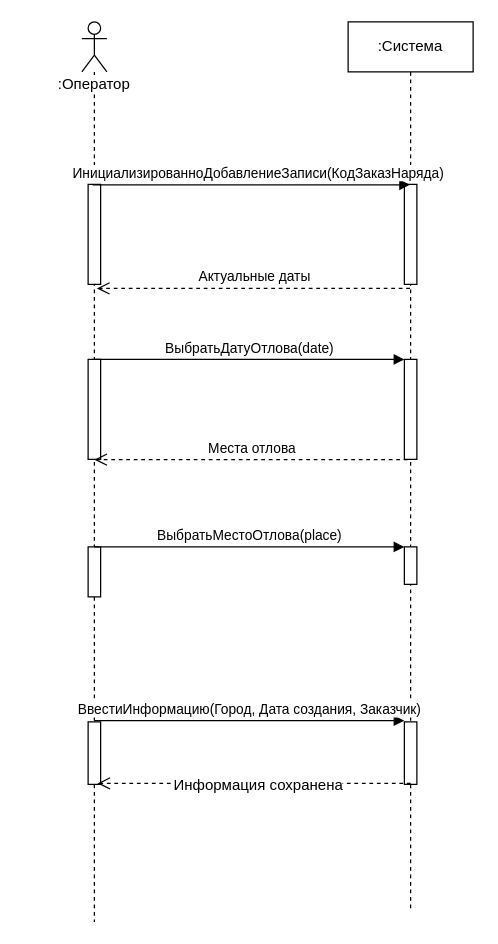
Before: Lab3/Бугаков/1Прецедент.drawio in denissfloww/Information-systems-design, a draw.io diagram. Source tidied: cells renumbered, new cells numbered last; positions are measured from the earlier drawing's top-left corner, leaving out a move shared by most shapes. Both pictures are drawn from the tidied source at 125%, with x=0, y=0 at pixel (81, 21).
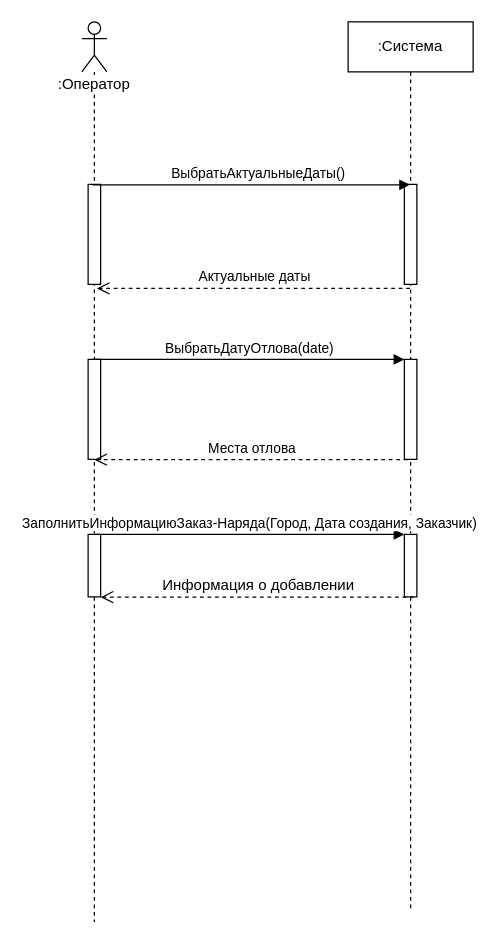
After the change.

The change refers to these unchanged cells:
```xml
<mxCell id="2" value=":Система" style="shape=umlLifeline;perimeter=lifelinePerimeter;whiteSpace=wrap;html=1;outlineConnect=0;" parent="1" vertex="1">
  <mxGeometry x="213" width="100" height="710" as="geometry" />
</mxCell>
<mxCell id="7" value=":Оператор" style="shape=umlLifeline;participant=umlActor;perimeter=lifelinePerimeter;whiteSpace=wrap;html=1;verticalAlign=top;spacingTop=36;labelBackgroundColor=#ffffff;outlineConnect=0;" parent="1" vertex="1">
  <mxGeometry width="20" height="720" as="geometry" />
</mxCell>
<mxCell id="8" style="html=1;points=[];perimeter=orthogonalPerimeter;" parent="7" vertex="1">
  <mxGeometry x="5" y="130" width="10" height="80" as="geometry" />
</mxCell>
```

What changed in the source:
```diff
@@
-    <mxCell id="5" style="html=1;points=[];perimeter=orthogonalPerimeter;" parent="2" vertex="1">
-      <mxGeometry x="45" y="420" width="10" height="30" as="geometry" />
-    </mxCell>
     <mxCell id="6" style="html=1;perimeter=orthogonalPerimeter;" parent="2" vertex="1">
-      <mxGeometry x="45" y="560" width="10" height="50" as="geometry" />
+      <mxGeometry x="45" y="410" width="10" height="50" as="geometry" />
     </mxCell>
@@
-    <mxCell id="10" style="html=1;points=[];perimeter=orthogonalPerimeter;" parent="7" vertex="1">
-      <mxGeometry x="5" y="420" width="10" height="40" as="geometry" />
-    </mxCell>
     <mxCell id="11" style="html=1;perimeter=orthogonalPerimeter;" parent="7" vertex="1">
-      <mxGeometry x="5" y="560" width="10" height="50" as="geometry" />
+      <mxGeometry x="5" y="410" width="10" height="50" as="geometry" />
     </mxCell>
-    <mxCell id="12" value="ИнициализированноДобавлениеЗаписи(КодЗаказНаряда)" style="html=1;verticalAlign=bottom;endArrow=block;exitX=0.367;exitY=0.004;exitDx=0;exitDy=0;exitPerimeter=0;" parent="1" edge="1" source="8" target="2">
+    <mxCell id="12" value="ВыбратьАктуальныеДаты()" style="html=1;verticalAlign=bottom;endArrow=block;exitX=0.367;exitY=0.004;exitDx=0;exitDy=0;exitPerimeter=0;" parent="1" edge="1" source="8" target="2">
       <mxGeometry x="0.04" relative="1" as="geometry" />
     </mxCell>
@@
-    <mxCell id="16" value="ВыбратьМестоОтлова(place)" style="html=1;verticalAlign=bottom;endArrow=block;entryX=0;entryY=0;exitX=0.497;exitY=0.001;exitDx=0;exitDy=0;exitPerimeter=0;" parent="1" edge="1" source="10" target="5">
-      <mxGeometry relative="1" as="geometry" />
-    </mxCell>
-    <mxCell id="17" value="ВвестиИнформацию(Город, Дата создания, Заказчик)" style="html=1;verticalAlign=bottom;endArrow=block;entryX=0;entryY=0;exitX=0.497;exitY=0.001;exitDx=0;exitDy=0;exitPerimeter=0;" parent="1" edge="1">
+    <mxCell id="17" value="ЗаполнитьИнформациюЗаказ-Наряда(Город, Дата создания, Заказчик)" style="html=1;verticalAlign=bottom;endArrow=block;entryX=0;entryY=0;exitX=0.497;exitY=0.001;exitDx=0;exitDy=0;exitPerimeter=0;" parent="1" edge="1">
       <mxGeometry relative="1" as="geometry">
-        <mxPoint x="10" y="559" as="sourcePoint" />
-        <mxPoint x="258" y="559" as="targetPoint" />
+        <mxPoint x="10" y="410" as="sourcePoint" />
+        <mxPoint x="258" y="410" as="targetPoint" />
       </mxGeometry>
     </mxCell>
     <mxCell id="18" style="html=1;verticalAlign=bottom;endArrow=open;dashed=1;endSize=8;entryX=0.703;entryY=1.04;entryDx=0;entryDy=0;entryPerimeter=0;" parent="1" edge="1">
       <mxGeometry relative="1" as="geometry">
-        <mxPoint x="263" y="609.2" as="sourcePoint" />
-        <mxPoint x="12.5" y="609.2" as="targetPoint" />
+        <mxPoint x="265.5" y="460.2" as="sourcePoint" />
+        <mxPoint x="15" y="460.2" as="targetPoint" />
       </mxGeometry>
     </mxCell>
-    <mxCell id="19" value="Информация сохранена" style="text;html=1;align=center;verticalAlign=middle;labelBackgroundColor=#ffffff;" parent="18" vertex="1">
+    <mxCell id="19" value="Информация о добавлении" style="text;html=1;align=center;verticalAlign=middle;labelBackgroundColor=#ffffff;" parent="18" vertex="1">
       <mxGeometry x="-0.12" y="1" relative="1" as="geometry">
-        <mxPoint x="-13" as="offset" />
+        <mxPoint x="-15.5" y="-11" as="offset" />
       </mxGeometry>
     </mxCell>
```
